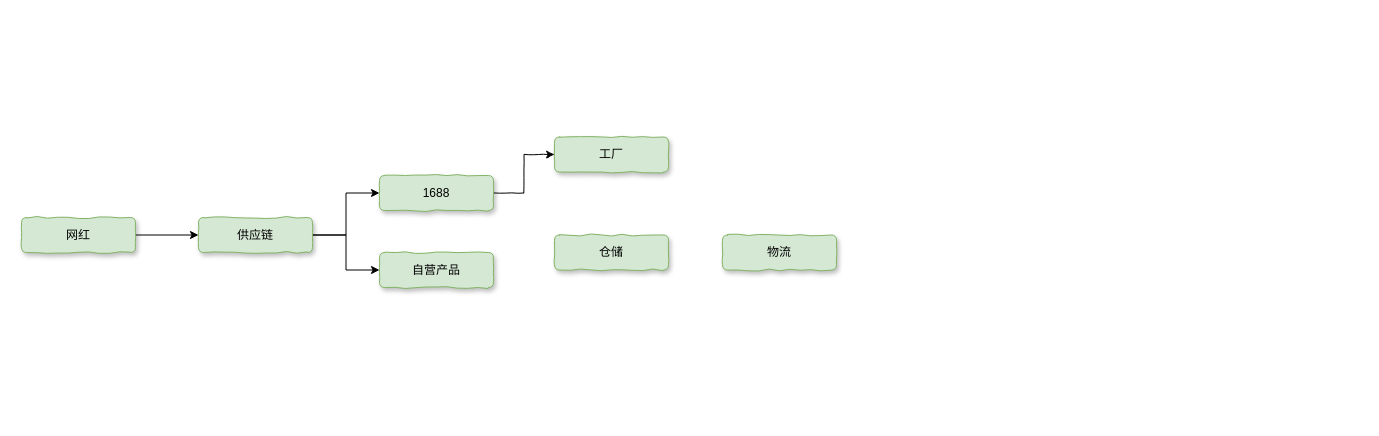
chenyz/EGOTableViewPullRefresh keeps this draw.io diagram as 洋葱结构梳理.drawio. Above is the earlier version. Source tidied: cells renumbered, new cells numbered last; positions are measured from the earlier drawing's top-left corner, leaving out a move shared by most shapes. Both pictures are drawn from the tidied source at 100%, with x=0, y=0 at pixel (21, 136).
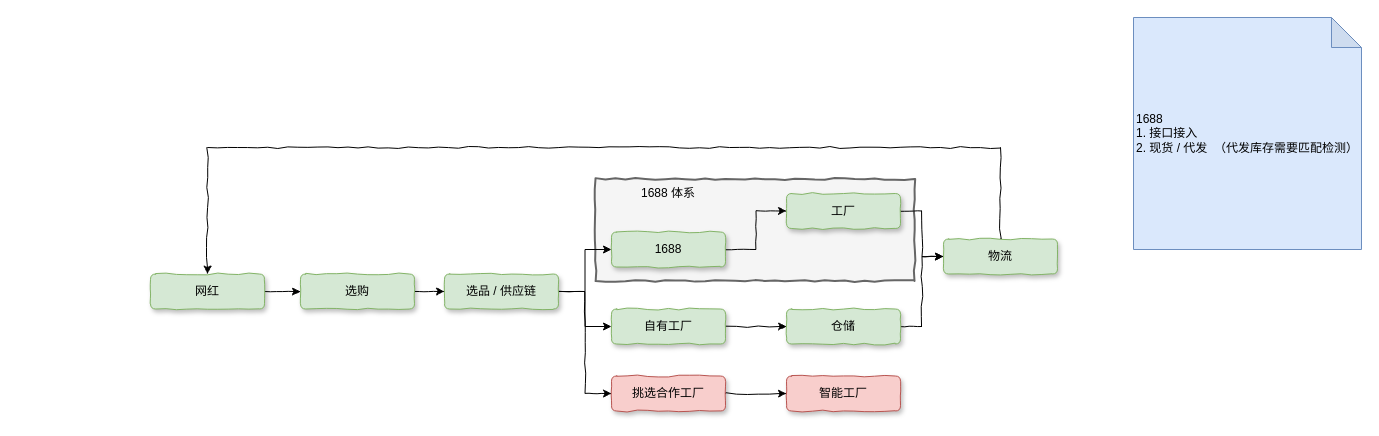
Above is the later version.

Commit message (it also covers changes not shown here):
更新洋葱结构梳理.drawio

The edit, as a diff of the source:
```diff
@@
-    <mxCell id="2" style="edgeStyle=orthogonalEdgeStyle;rounded=0;jettySize=auto;html=1;exitX=1;exitY=0.5;exitDx=0;exitDy=0;entryX=0;entryY=0.5;entryDx=0;entryDy=0;" parent="1" edge="1" source="3" target="6">
-      <mxGeometry relative="1" as="geometry" />
-    </mxCell>
+    <mxCell id="13" style="html=1;whiteSpace=wrap;comic=1;strokeWidth=2;fontFamily=Comic Sans MS;fontStyle=1;fillColor=#f5f5f5;strokeColor=#666666;fontColor=#333333;" parent="1" vertex="1">
+      <mxGeometry x="574" y="42.5" width="319" height="102" as="geometry" />
+    </mxCell>
+    <mxCell id="14" style="edgeStyle=orthogonalEdgeStyle;rounded=0;comic=1;jettySize=auto;html=1;exitX=1;exitY=0.5;exitDx=0;exitDy=0;entryX=0;entryY=0.5;entryDx=0;entryDy=0;shadow=0;" parent="1" edge="1" source="3" target="21">
+      <mxGeometry relative="1" as="geometry" />
+    </mxCell>
     <mxCell id="3" value="网红" style="rounded=1;whiteSpace=wrap;html=1;shadow=1;comic=1;fillColor=#d5e8d4;strokeColor=#82b366;" parent="1" vertex="1">
-      <mxGeometry y="81" width="114" height="35" as="geometry" />
+      <mxGeometry x="129" y="137.5" width="114" height="35" as="geometry" />
     </mxCell>
@@
+    <mxCell id="15" style="edgeStyle=orthogonalEdgeStyle;rounded=0;comic=1;jettySize=auto;html=1;exitX=1;exitY=0.5;exitDx=0;exitDy=0;entryX=0;entryY=0.5;entryDx=0;entryDy=0;shadow=0;" parent="1" edge="1" source="6" target="23">
+      <mxGeometry relative="1" as="geometry" />
+    </mxCell>
-    <mxCell id="6" value="供应链" style="rounded=1;whiteSpace=wrap;html=1;shadow=1;comic=1;fillColor=#d5e8d4;strokeColor=#82b366;" parent="1" vertex="1">
-      <mxGeometry x="177" y="81" width="114" height="35" as="geometry" />
+    <mxCell id="6" value="选品 / 供应链" style="rounded=1;whiteSpace=wrap;html=1;shadow=1;comic=1;fillColor=#d5e8d4;strokeColor=#82b366;" parent="1" vertex="1">
+      <mxGeometry x="423" y="137.5" width="114" height="35" as="geometry" />
     </mxCell>
-    <mxCell id="7" style="edgeStyle=orthogonalEdgeStyle;rounded=0;jettySize=auto;html=1;exitX=1;exitY=0.5;exitDx=0;exitDy=0;entryX=0;entryY=0.5;entryDx=0;entryDy=0;comic=1;shadow=0;" parent="1" edge="1" source="8" target="10">
+    <mxCell id="7" style="edgeStyle=orthogonalEdgeStyle;rounded=0;comic=1;jettySize=auto;html=1;exitX=1;exitY=0.5;exitDx=0;exitDy=0;entryX=0;entryY=0.5;entryDx=0;entryDy=0;shadow=0;" parent="1" edge="1" source="8" target="10">
       <mxGeometry relative="1" as="geometry" />
     </mxCell>
     <mxCell id="8" value="1688" style="rounded=1;whiteSpace=wrap;html=1;shadow=1;comic=1;fillColor=#d5e8d4;strokeColor=#82b366;" parent="1" vertex="1">
-      <mxGeometry x="358" y="39" width="114" height="35" as="geometry" />
+      <mxGeometry x="590" y="95.5" width="114" height="35" as="geometry" />
     </mxCell>
+    <mxCell id="16" style="edgeStyle=orthogonalEdgeStyle;rounded=0;comic=1;jettySize=auto;html=1;exitX=1;exitY=0.5;exitDx=0;exitDy=0;entryX=0;entryY=0.5;entryDx=0;entryDy=0;shadow=0;" parent="1" edge="1" source="9" target="11">
+      <mxGeometry relative="1" as="geometry" />
+    </mxCell>
-    <mxCell id="9" value="自营产品" style="rounded=1;whiteSpace=wrap;html=1;shadow=1;comic=1;fillColor=#d5e8d4;strokeColor=#82b366;" parent="1" vertex="1">
-      <mxGeometry x="358" y="116" width="114" height="35" as="geometry" />
+    <mxCell id="9" value="自有工厂" style="rounded=1;whiteSpace=wrap;html=1;shadow=1;comic=1;fillColor=#d5e8d4;strokeColor=#82b366;" parent="1" vertex="1">
+      <mxGeometry x="590" y="172.5" width="114" height="35" as="geometry" />
     </mxCell>
+    <mxCell id="17" style="edgeStyle=orthogonalEdgeStyle;rounded=0;comic=1;jettySize=auto;html=1;exitX=1;exitY=0.5;exitDx=0;exitDy=0;entryX=0;entryY=0.5;entryDx=0;entryDy=0;shadow=0;" parent="1" edge="1" source="10" target="12">
+      <mxGeometry relative="1" as="geometry" />
+    </mxCell>
     <mxCell id="10" value="工厂" style="rounded=1;whiteSpace=wrap;html=1;shadow=1;comic=1;fillColor=#d5e8d4;strokeColor=#82b366;" parent="1" vertex="1">
-      <mxGeometry x="533" y="0.5" width="114" height="35" as="geometry" />
+      <mxGeometry x="765" y="57" width="114" height="35" as="geometry" />
     </mxCell>
+    <mxCell id="18" style="edgeStyle=orthogonalEdgeStyle;rounded=0;comic=1;jettySize=auto;html=1;exitX=1;exitY=0.5;exitDx=0;exitDy=0;entryX=0;entryY=0.5;entryDx=0;entryDy=0;shadow=0;" parent="1" edge="1" source="11" target="12">
+      <mxGeometry relative="1" as="geometry" />
+    </mxCell>
     <mxCell id="11" value="仓储" style="rounded=1;whiteSpace=wrap;html=1;shadow=1;comic=1;fillColor=#d5e8d4;strokeColor=#82b366;" parent="1" vertex="1">
-      <mxGeometry x="533" y="98.5" width="114" height="35" as="geometry" />
+      <mxGeometry x="765" y="172.5" width="114" height="35" as="geometry" />
     </mxCell>
+    <mxCell id="19" style="edgeStyle=orthogonalEdgeStyle;rounded=0;comic=1;jettySize=auto;html=1;exitX=0.5;exitY=0;exitDx=0;exitDy=0;entryX=0.5;entryY=0;entryDx=0;entryDy=0;shadow=0;" parent="1" edge="1" source="12" target="3">
+      <mxGeometry relative="1" as="geometry">
+        <Array as="points">
+          <mxPoint x="979" y="11" />
+          <mxPoint x="186" y="11" />
+        </Array>
+      </mxGeometry>
+    </mxCell>
     <mxCell id="12" value="物流" style="rounded=1;whiteSpace=wrap;html=1;shadow=1;comic=1;fillColor=#d5e8d4;strokeColor=#82b366;" parent="1" vertex="1">
-      <mxGeometry x="701" y="98.5" width="114" height="35" as="geometry" />
+      <mxGeometry x="922" y="102.5" width="114" height="35" as="geometry" />
     </mxCell>
+    <mxCell id="20" style="edgeStyle=orthogonalEdgeStyle;rounded=0;comic=1;jettySize=auto;html=1;exitX=1;exitY=0.5;exitDx=0;exitDy=0;entryX=0;entryY=0.5;entryDx=0;entryDy=0;shadow=0;" parent="1" edge="1" source="21" target="6">
+      <mxGeometry relative="1" as="geometry" />
+    </mxCell>
+    <mxCell id="21" value="选购" style="rounded=1;whiteSpace=wrap;html=1;shadow=1;comic=1;fillColor=#d5e8d4;strokeColor=#82b366;" parent="1" vertex="1">
+      <mxGeometry x="279" y="137.5" width="114" height="35" as="geometry" />
+    </mxCell>
+    <mxCell id="22" style="edgeStyle=orthogonalEdgeStyle;rounded=0;comic=1;jettySize=auto;html=1;exitX=1;exitY=0.5;exitDx=0;exitDy=0;shadow=0;" parent="1" edge="1" source="23" target="24">
+      <mxGeometry relative="1" as="geometry" />
+    </mxCell>
+    <mxCell id="23" value="挑选合作工厂" style="rounded=1;whiteSpace=wrap;html=1;shadow=1;comic=1;fillColor=#f8cecc;strokeColor=#b85450;" parent="1" vertex="1">
+      <mxGeometry x="590" y="239.5" width="114" height="35" as="geometry" />
+    </mxCell>
+    <mxCell id="24" value="智能工厂" style="rounded=1;whiteSpace=wrap;html=1;shadow=1;comic=1;fillColor=#f8cecc;strokeColor=#b85450;" parent="1" vertex="1">
+      <mxGeometry x="765" y="239.5" width="114" height="35" as="geometry" />
+    </mxCell>
+    <mxCell id="25" value="1688 体系" style="text;html=1;strokeColor=none;fillColor=none;align=center;verticalAlign=middle;whiteSpace=wrap;rounded=0;" parent="1" vertex="1">
+      <mxGeometry x="618" y="47" width="58" height="20" as="geometry" />
+    </mxCell>
+    <mxCell id="26" value="&lt;div style=&quot;text-align: left&quot;&gt;&lt;span&gt;1688&amp;nbsp;&lt;/span&gt;&lt;/div&gt;&lt;div style=&quot;text-align: left&quot;&gt;1. 接口接入&lt;/div&gt;2. 现货 / 代发&amp;nbsp; （代发库存需要匹配检测）&lt;br&gt;" style="shape=note;whiteSpace=wrap;html=1;backgroundOutline=1;darkOpacity=0.05;fillColor=#dae8fc;strokeColor=#6c8ebf;" parent="1" vertex="1">
+      <mxGeometry x="1112" y="-119" width="228" height="232" as="geometry" />
+    </mxCell>
```
